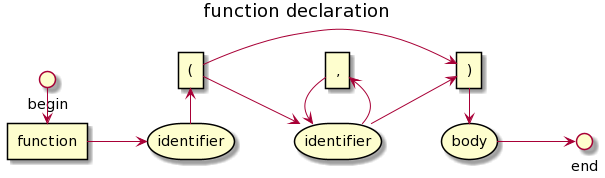
Before: img/constructions/function_declaration.png, a diagram exported from PlantUML (AndreyBezverkhniy/KVM).
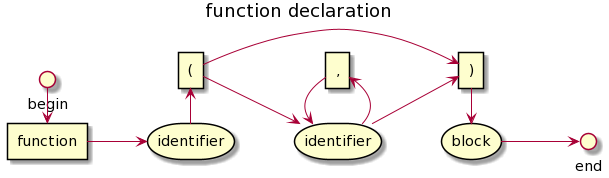
After the change.

Commit message:
spec: global -number, number 0, body=>block

Diff of the diagram source:
```diff
@@ -10,7 +10,7 @@
 storage "identifier" as identifier2
 rectangle "," as comma
 rectangle ")" as R
-storage body
+storage block
 
 
 BEGIN->function
@@ -21,6 +21,6 @@
 identifier2-->R
 comma<-identifier2
 comma->identifier2
-R->body
-body-->END
+R->block
+block-->END
 @enduml
```
